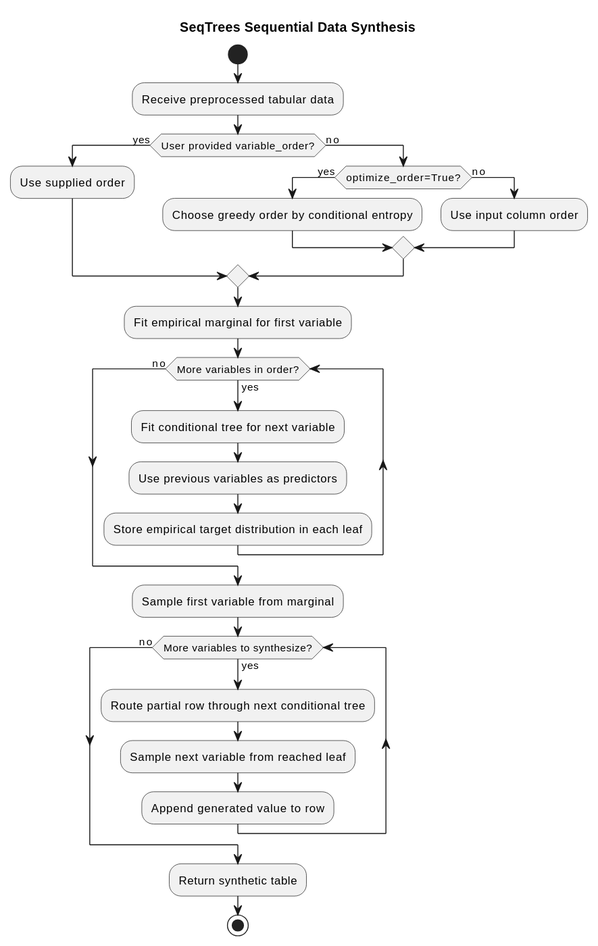
EulerLettersAI/seqtrees keeps this PlantUML diagram as docs/diagrams/sequential_synthesis.svg. Above is the earlier version.
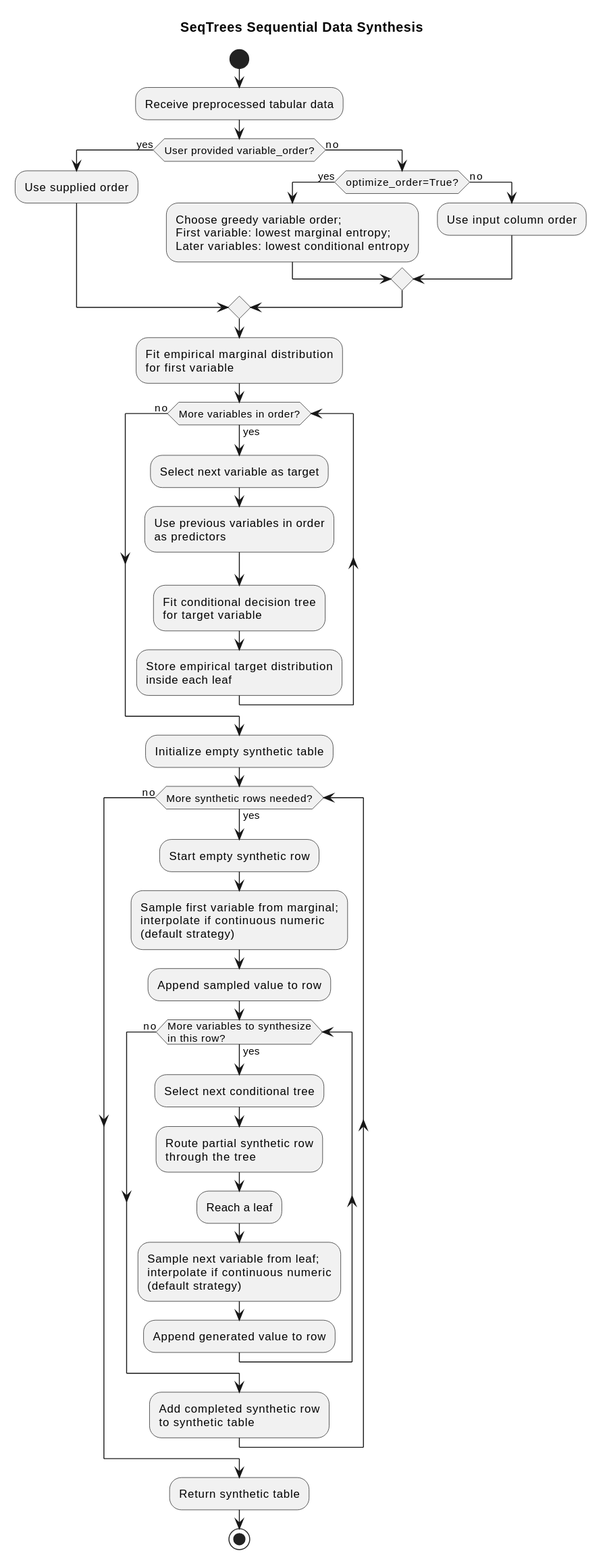
After the change.

Commit message:
Enhance SeqTrees with improved continuous variable handling and IFCFill integration

Diff of the diagram source:
```diff
@@ -1,31 +1,49 @@
 @startuml
-title SeqTree Sequential Data Synthesis
+title SeqTrees Sequential Data Synthesis
 
 start
+
 :Receive preprocessed tabular data;
+
 if (User provided variable_order?) then (yes)
   :Use supplied order;
 else (no)
   if (optimize_order=True?) then (yes)
-    :Choose greedy order by conditional entropy;
+    :Choose greedy variable order;\nFirst variable: lowest marginal entropy;\nLater variables: lowest conditional entropy;
   else (no)
     :Use input column order;
   endif
 endif
 
-:Fit empirical marginal for first variable;
+:Fit empirical marginal distribution\nfor first variable;
+
 while (More variables in order?) is (yes)
-  :Fit conditional tree for next variable;
-  :Use previous variables as predictors;
-  :Store empirical target distribution in each leaf;
+  :Select next variable as target;
+  :Use previous variables in order\nas predictors;
+  :Fit conditional decision tree\nfor target variable;
+  :Store empirical target distribution\ninside each leaf;
 endwhile (no)
 
-:Sample first variable from marginal;
-while (More variables to synthesize?) is (yes)
-  :Route partial row through next conditional tree;
-  :Sample next variable from reached leaf;
-  :Append generated value to row;
+:Initialize empty synthetic table;
+
+while (More synthetic rows needed?) is (yes)
+  :Start empty synthetic row;
+
+  :Sample first variable from marginal;\ninterpolate if continuous numeric\n(default strategy);
+  :Append sampled value to row;
+
+  while (More variables to synthesize\nin this row?) is (yes)
+    :Select next conditional tree;
+    :Route partial synthetic row\nthrough the tree;
+    :Reach a leaf;
+    :Sample next variable from leaf;\ninterpolate if continuous numeric\n(default strategy);
+    :Append generated value to row;
+  endwhile (no)
+
+  :Add completed synthetic row\nto synthetic table;
 endwhile (no)
+
 :Return synthetic table;
+
 stop
 @enduml
```
